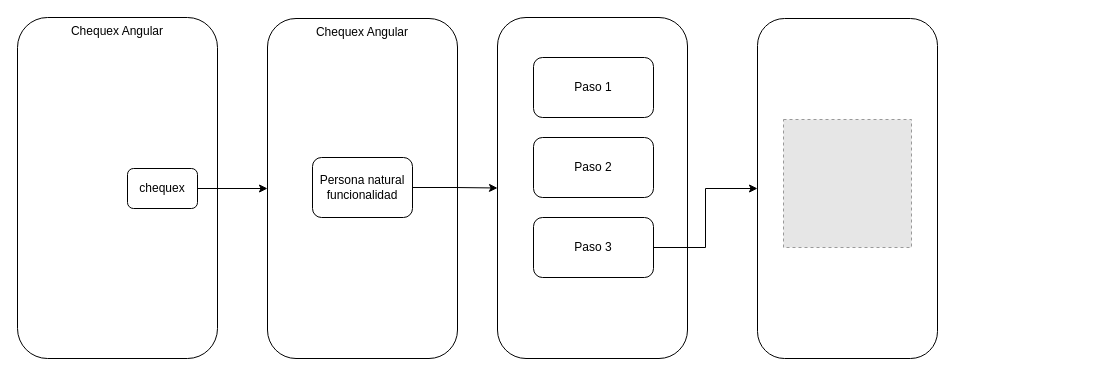
Above: page "Chequex" (1 of 2) of Diagrama sin título.drawio in santiagovb/Diagramas (draw.io), before the change. Source tidied: cells renumbered, new cells numbered last; positions are measured from the earlier drawing's top-left corner, leaving out a move shared by most shapes. Both pictures are drawn from the tidied source at 100%, with x=0, y=0 at pixel (17, 17). Pictures stored in the file or linked from it are replaced by grey dashed boxes.
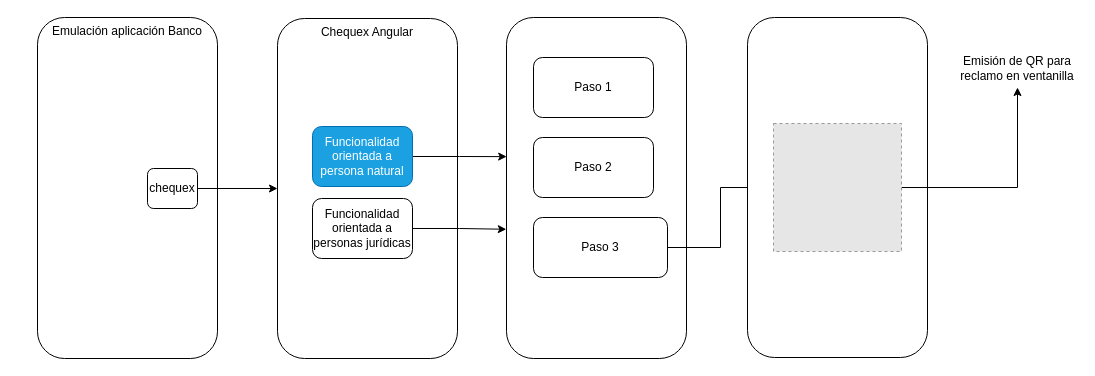
The same diagram, later.

Change to the diagram source:
```diff
@@
 <mxGraphModel>
   <root>
     <mxCell id="0" />
     <mxCell id="1" parent="0" />
-    <mxCell id="2" value="Chequex Angular" style="rounded=1;whiteSpace=wrap;html=1;verticalAlign=top;" parent="1" vertex="1">
-      <mxGeometry width="200" height="341" as="geometry" />
+    <mxCell id="2" value="Emulación aplicación Banco" style="rounded=1;whiteSpace=wrap;html=1;verticalAlign=top;" parent="1" vertex="1">
+      <mxGeometry x="20" width="180" height="341" as="geometry" />
     </mxCell>
     <mxCell id="3" style="edgeStyle=orthogonalEdgeStyle;rounded=0;jettySize=auto;html=1;" parent="1" edge="1" source="4" target="5">
       <mxGeometry relative="1" as="geometry" />
     </mxCell>
     <mxCell id="4" value="chequex" style="rounded=1;whiteSpace=wrap;html=1;" parent="1" vertex="1">
-      <mxGeometry x="110" y="151" width="70" height="40" as="geometry" />
+      <mxGeometry x="130" y="151" width="50" height="40" as="geometry" />
     </mxCell>
     <mxCell id="5" value="Chequex Angular" style="rounded=1;whiteSpace=wrap;html=1;verticalAlign=top;" parent="1" vertex="1">
-      <mxGeometry x="250" y="1" width="190" height="340" as="geometry" />
+      <mxGeometry x="260" y="1" width="180" height="340" as="geometry" />
     </mxCell>
-    <mxCell id="6" style="edgeStyle=orthogonalEdgeStyle;rounded=0;jettySize=auto;html=1;" parent="1" edge="1" source="7" target="8">
+    <mxCell id="6" style="edgeStyle=orthogonalEdgeStyle;rounded=0;jettySize=auto;html=1;entryX=0.001;entryY=0.408;entryDx=0;entryDy=0;entryPerimeter=0;" parent="1" edge="1" source="7" target="8">
       <mxGeometry relative="1" as="geometry" />
     </mxCell>
-    <mxCell id="7" value="Persona natural&lt;br&gt;funcionalidad" style="rounded=1;whiteSpace=wrap;html=1;" parent="1" vertex="1">
-      <mxGeometry x="295" y="140" width="100" height="60" as="geometry" />
+    <mxCell id="7" value="Funcionalidad orientada a persona natural" style="rounded=1;whiteSpace=wrap;html=1;fillColor=#1ba1e2;fontColor=#ffffff;strokeColor=#006EAF;" parent="1" vertex="1">
+      <mxGeometry x="295" y="109" width="100" height="60" as="geometry" />
     </mxCell>
     <mxCell id="8" style="rounded=1;whiteSpace=wrap;html=1;" parent="1" vertex="1">
-      <mxGeometry x="480" width="190" height="341" as="geometry" />
+      <mxGeometry x="489" width="180" height="341" as="geometry" />
     </mxCell>
     <mxCell id="9" value="Paso 1" style="rounded=1;whiteSpace=wrap;html=1;" parent="1" vertex="1">
       <mxGeometry x="516" y="40" width="120" height="60" as="geometry" />
     </mxCell>
     <mxCell id="10" value="Paso 2" style="rounded=1;whiteSpace=wrap;html=1;" parent="1" vertex="1">
       <mxGeometry x="516" y="120" width="120" height="60" as="geometry" />
     </mxCell>
-    <mxCell id="11" style="edgeStyle=orthogonalEdgeStyle;rounded=0;jettySize=auto;html=1;exitX=1;exitY=0.5;exitDx=0;exitDy=0;entryX=0;entryY=0.5;entryDx=0;entryDy=0;" parent="1" edge="1" source="12" target="13">
-      <mxGeometry relative="1" as="geometry" />
-    </mxCell>
+    <mxCell id="15" style="edgeStyle=orthogonalEdgeStyle;rounded=0;jettySize=auto;html=1;entryX=0;entryY=0.5;entryDx=0;entryDy=0;" parent="1" edge="1" source="12" target="14">
+      <mxGeometry relative="1" as="geometry" />
+    </mxCell>
     <mxCell id="12" value="Paso 3" style="rounded=1;whiteSpace=wrap;html=1;" parent="1" vertex="1">
-      <mxGeometry x="516" y="200" width="120" height="60" as="geometry" />
+      <mxGeometry x="516" y="200" width="134" height="60" as="geometry" />
     </mxCell>
     <mxCell id="13" style="rounded=1;whiteSpace=wrap;html=1;" parent="1" vertex="1">
-      <mxGeometry x="740" y="1" width="180" height="340" as="geometry" />
+      <mxGeometry x="730" width="180" height="340" as="geometry" />
     </mxCell>
+    <mxCell id="16" style="edgeStyle=orthogonalEdgeStyle;rounded=0;jettySize=auto;html=1;entryX=0.5;entryY=1;entryDx=0;entryDy=0;" parent="1" edge="1" source="14" target="17">
+      <mxGeometry relative="1" as="geometry" />
+    </mxCell>
     <mxCell id="14" style="fillColor=#E6E6E6;strokeColor=#999999;dashed=1;html=1;verticalAlign=top;verticalLabelPosition=bottom;labelBackgroundColor=#ffffff;" parent="1" vertex="1">
-      <mxGeometry x="766" y="102" width="128" height="128" as="geometry" />
+      <mxGeometry x="756" y="106" width="128" height="128" as="geometry" />
     </mxCell>
+    <mxCell id="17" value="Emisión de QR para reclamo en ventanilla" style="text;html=1;align=center;verticalAlign=middle;whiteSpace=wrap;rounded=0;" parent="1" vertex="1">
+      <mxGeometry x="940" y="31" width="120" height="39" as="geometry" />
+    </mxCell>
+    <mxCell id="18" style="edgeStyle=orthogonalEdgeStyle;rounded=0;jettySize=auto;html=1;entryX=-0.001;entryY=0.621;entryDx=0;entryDy=0;entryPerimeter=0;" parent="1" edge="1" source="19" target="8">
+      <mxGeometry relative="1" as="geometry" />
+    </mxCell>
+    <mxCell id="19" value="Funcionalidad orientada a personas jurídicas" style="rounded=1;whiteSpace=wrap;html=1;" parent="1" vertex="1">
+      <mxGeometry x="295" y="181" width="100" height="60" as="geometry" />
+    </mxCell>
   </root>
 </mxGraphModel>
```
